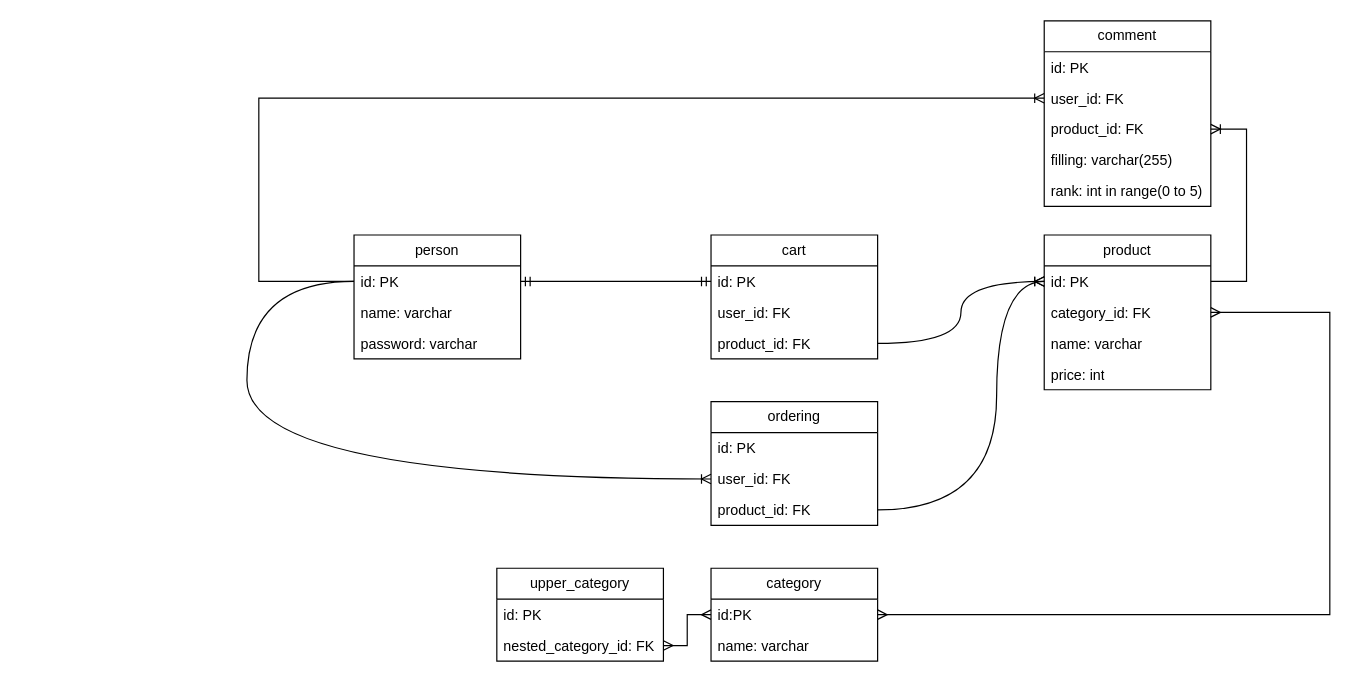
Earlier version of the draw.io diagram 20.drawio (RimKhai/UML). Source tidied: cells renumbered, new cells numbered last; positions are measured from the earlier drawing's top-left corner, leaving out a move shared by most shapes. Both pictures are drawn from the tidied source at 119%, with x=0, y=0 at pixel (246, 20).
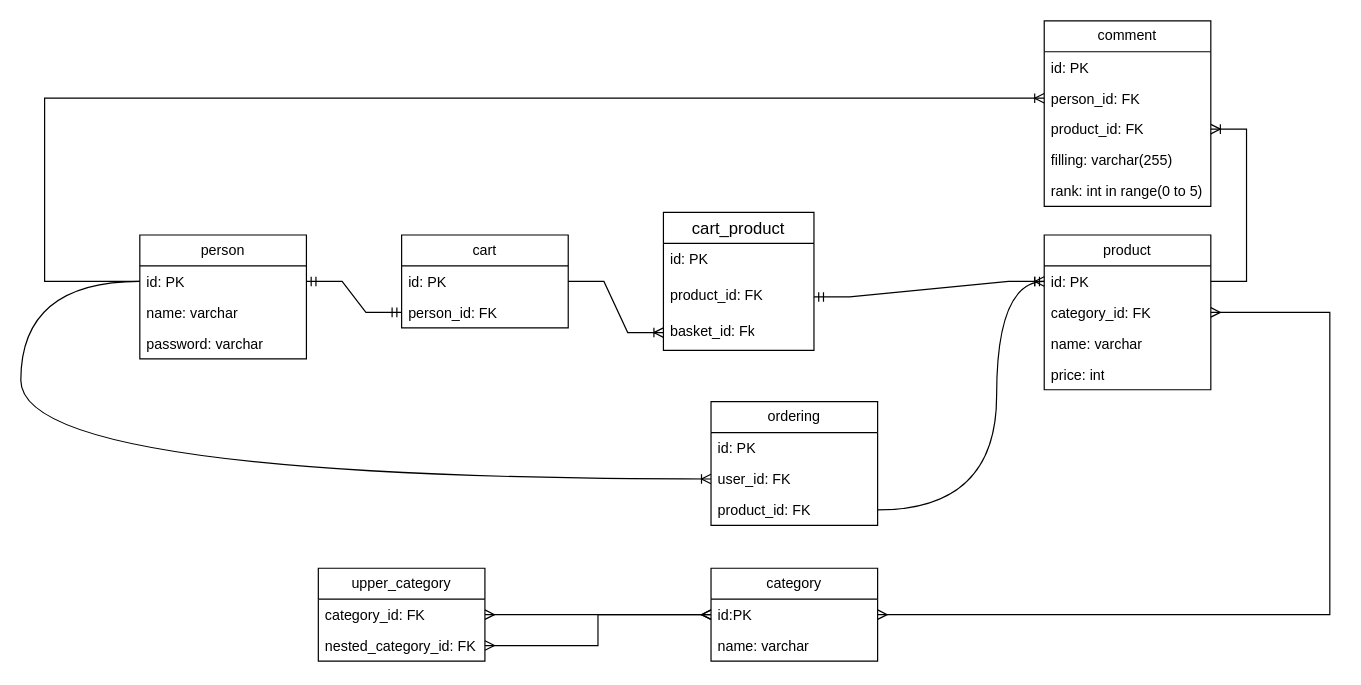
The same page after the edit.

The change refers to these unchanged cells:
```xml
<mxCell id="3" value="id: PK" style="text;strokeColor=none;fillColor=none;align=left;verticalAlign=top;spacingLeft=4;spacingRight=4;overflow=hidden;points=[[0,0.5],[1,0.5]];portConstraint=eastwest;whiteSpace=wrap;html=1;" parent="2" vertex="1">
  <mxGeometry y="26" width="140" height="26" as="geometry" />
</mxCell>
<mxCell id="7" value="id: PK" style="text;strokeColor=none;fillColor=none;align=left;verticalAlign=top;spacingLeft=4;spacingRight=4;overflow=hidden;points=[[0,0.5],[1,0.5]];portConstraint=eastwest;whiteSpace=wrap;html=1;" parent="6" vertex="1">
  <mxGeometry y="26" width="140" height="26" as="geometry" />
</mxCell>
<mxCell id="12" value="id: PK" style="text;strokeColor=none;fillColor=none;align=left;verticalAlign=top;spacingLeft=4;spacingRight=4;overflow=hidden;points=[[0,0.5],[1,0.5]];portConstraint=eastwest;whiteSpace=wrap;html=1;" parent="11" vertex="1">
  <mxGeometry y="26" width="140" height="26" as="geometry" />
</mxCell>
<mxCell id="17" value="comment" style="swimlane;fontStyle=0;horizontal=1;startSize=26;fillColor=none;whiteSpace=wrap;html=1;" parent="1" vertex="1">
  <mxGeometry x="670" width="140" height="156" as="geometry" />
</mxCell>
<mxCell id="27" value="user_id: FK" style="text;strokeColor=none;fillColor=none;align=left;verticalAlign=top;spacingLeft=4;spacingRight=4;overflow=hidden;points=[[0,0.5],[1,0.5]];portConstraint=eastwest;whiteSpace=wrap;html=1;" parent="25" vertex="1">
  <mxGeometry y="52" width="140" height="26" as="geometry" />
</mxCell>
<mxCell id="32" value="id:PK" style="text;strokeColor=none;fillColor=none;align=left;verticalAlign=top;spacingLeft=4;spacingRight=4;overflow=hidden;points=[[0,0.5],[1,0.5]];portConstraint=eastwest;whiteSpace=wrap;html=1;" parent="31" vertex="1">
  <mxGeometry y="26" width="140" height="26" as="geometry" />
</mxCell>
```

The edit, as a diff of the source:
```diff
@@
     <mxCell id="2" value="person" style="swimlane;fontStyle=0;horizontal=1;startSize=26;fillColor=none;whiteSpace=wrap;html=1;" parent="1" vertex="1">
-      <mxGeometry x="90" y="180" width="140" height="104" as="geometry" />
+      <mxGeometry x="-90" y="180" width="140" height="104" as="geometry" />
     </mxCell>
@@
     <mxCell id="6" value="cart" style="swimlane;fontStyle=0;horizontal=1;startSize=26;fillColor=none;whiteSpace=wrap;html=1;" parent="1" vertex="1">
-      <mxGeometry x="390" y="180" width="140" height="104" as="geometry" />
+      <mxGeometry x="130" y="180" width="140" height="78" as="geometry" />
     </mxCell>
@@
-    <mxCell id="8" value="user_id: FK" style="text;strokeColor=none;fillColor=none;align=left;verticalAlign=top;spacingLeft=4;spacingRight=4;overflow=hidden;points=[[0,0.5],[1,0.5]];portConstraint=eastwest;whiteSpace=wrap;html=1;" parent="6" vertex="1">
+    <mxCell id="8" value="person_id: FK" style="text;strokeColor=none;fillColor=none;align=left;verticalAlign=top;spacingLeft=4;spacingRight=4;overflow=hidden;points=[[0,0.5],[1,0.5]];portConstraint=eastwest;whiteSpace=wrap;html=1;" parent="6" vertex="1">
       <mxGeometry y="52" width="140" height="26" as="geometry" />
     </mxCell>
-    <mxCell id="9" value="product_id: FK" style="text;strokeColor=none;fillColor=none;align=left;verticalAlign=top;spacingLeft=4;spacingRight=4;overflow=hidden;points=[[0,0.5],[1,0.5]];portConstraint=eastwest;whiteSpace=wrap;html=1;" parent="6" vertex="1">
-      <mxGeometry y="78" width="140" height="26" as="geometry" />
-    </mxCell>
-    <mxCell id="10" style="edgeStyle=entityRelationEdgeStyle;fontSize=12;html=1;endArrow=ERmandOne;startArrow=ERmandOne;rounded=0;" parent="1" edge="1" source="3" target="7">
+    <mxCell id="10" style="edgeStyle=entityRelationEdgeStyle;fontSize=12;html=1;endArrow=ERmandOne;startArrow=ERmandOne;rounded=0;" parent="1" edge="1" source="3" target="8">
       <mxGeometry relative="1" as="geometry" />
     </mxCell>
@@
-    <mxCell id="16" style="edgeStyle=orthogonalEdgeStyle;fontSize=12;html=1;endArrow=ERoneToMany;rounded=0;curved=1;" parent="1" edge="1" source="9" target="12">
-      <mxGeometry relative="1" as="geometry" />
-    </mxCell>
@@
-    <mxCell id="19" value="user_id: FK" style="text;strokeColor=none;fillColor=none;align=left;verticalAlign=top;spacingLeft=4;spacingRight=4;overflow=hidden;points=[[0,0.5],[1,0.5]];portConstraint=eastwest;whiteSpace=wrap;html=1;" parent="17" vertex="1">
+    <mxCell id="19" value="person_id: FK" style="text;strokeColor=none;fillColor=none;align=left;verticalAlign=top;spacingLeft=4;spacingRight=4;overflow=hidden;points=[[0,0.5],[1,0.5]];portConstraint=eastwest;whiteSpace=wrap;html=1;" parent="17" vertex="1">
       <mxGeometry y="52" width="140" height="26" as="geometry" />
     </mxCell>
@@
     <mxCell id="24" style="edgeStyle=elbowEdgeStyle;fontSize=12;html=1;endArrow=ERoneToMany;rounded=0;entryX=0;entryY=0.5;entryDx=0;entryDy=0;exitX=0;exitY=0.5;exitDx=0;exitDy=0;" parent="1" edge="1" source="3" target="19">
       <mxGeometry relative="1" as="geometry">
         <Array as="points">
-          <mxPoint x="10" y="60" />
+          <mxPoint x="-170" y="140" />
         </Array>
       </mxGeometry>
     </mxCell>
@@
     <mxCell id="29" style="edgeStyle=orthogonalEdgeStyle;fontSize=12;html=1;endArrow=ERoneToMany;rounded=0;curved=1;" parent="1" edge="1" source="3" target="27">
       <mxGeometry relative="1" as="geometry">
         <Array as="points">
-          <mxPoint y="219" />
-          <mxPoint y="385" />
+          <mxPoint x="-190" y="219" />
+          <mxPoint x="-190" y="385" />
         </Array>
       </mxGeometry>
     </mxCell>
@@
     <mxCell id="34" value="upper_category" style="swimlane;fontStyle=0;horizontal=1;startSize=26;fillColor=none;whiteSpace=wrap;html=1;" parent="1" vertex="1">
-      <mxGeometry x="210" y="460" width="140" height="78" as="geometry" />
+      <mxGeometry x="60" y="460" width="140" height="78" as="geometry" />
     </mxCell>
-    <mxCell id="35" value="id: PK" style="text;strokeColor=none;fillColor=none;align=left;verticalAlign=top;spacingLeft=4;spacingRight=4;overflow=hidden;points=[[0,0.5],[1,0.5]];portConstraint=eastwest;whiteSpace=wrap;html=1;" parent="34" vertex="1">
+    <mxCell id="35" value="category_id: FK" style="text;strokeColor=none;fillColor=none;align=left;verticalAlign=top;spacingLeft=4;spacingRight=4;overflow=hidden;points=[[0,0.5],[1,0.5]];portConstraint=eastwest;whiteSpace=wrap;html=1;" parent="34" vertex="1">
       <mxGeometry y="26" width="140" height="26" as="geometry" />
     </mxCell>
@@
+    <mxCell id="39" value="cart_product" style="swimlane;fontStyle=0;horizontal=1;startSize=26;align=center;fontSize=14;" parent="1" vertex="1">
+      <mxGeometry x="350" y="161" width="126.5" height="116" as="geometry" />
+    </mxCell>
+    <mxCell id="40" value="id: PK" style="text;strokeColor=none;fillColor=none;spacingLeft=4;spacingRight=4;overflow=hidden;fontSize=12;whiteSpace=wrap;html=1;" parent="39" vertex="1">
+      <mxGeometry y="26" width="126.5" height="30" as="geometry" />
+    </mxCell>
+    <mxCell id="9" value="product_id: FK" style="text;strokeColor=none;fillColor=none;spacingLeft=4;spacingRight=4;overflow=hidden;points=[[0,0.5],[1,0.5]];portConstraint=eastwest;fontSize=12;whiteSpace=wrap;html=1;" parent="39" vertex="1">
+      <mxGeometry y="56" width="126.5" height="30" as="geometry" />
+    </mxCell>
+    <mxCell id="41" value="basket_id: Fk" style="text;strokeColor=none;fillColor=none;spacingLeft=4;spacingRight=4;overflow=hidden;points=[[0,0.5],[1,0.5]];portConstraint=eastwest;fontSize=12;whiteSpace=wrap;html=1;" parent="39" vertex="1">
+      <mxGeometry y="86" width="126.5" height="30" as="geometry" />
+    </mxCell>
+    <mxCell id="42" style="edgeStyle=entityRelationEdgeStyle;fontSize=12;html=1;endArrow=ERoneToMany;rounded=0;" parent="1" edge="1" source="7" target="41">
+      <mxGeometry relative="1" as="geometry" />
+    </mxCell>
+    <mxCell id="16" style="edgeStyle=entityRelationEdgeStyle;fontSize=12;html=1;endArrow=ERmandOne;startArrow=ERmandOne;rounded=0;" parent="1" edge="1" source="9" target="12">
+      <mxGeometry relative="1" as="geometry" />
+    </mxCell>
+    <mxCell id="43" style="edgeStyle=elbowEdgeStyle;fontSize=12;html=1;endArrow=ERmany;startArrow=ERmany;rounded=0;" parent="1" edge="1" source="35" target="32">
+      <mxGeometry relative="1" as="geometry" />
+    </mxCell>
```
